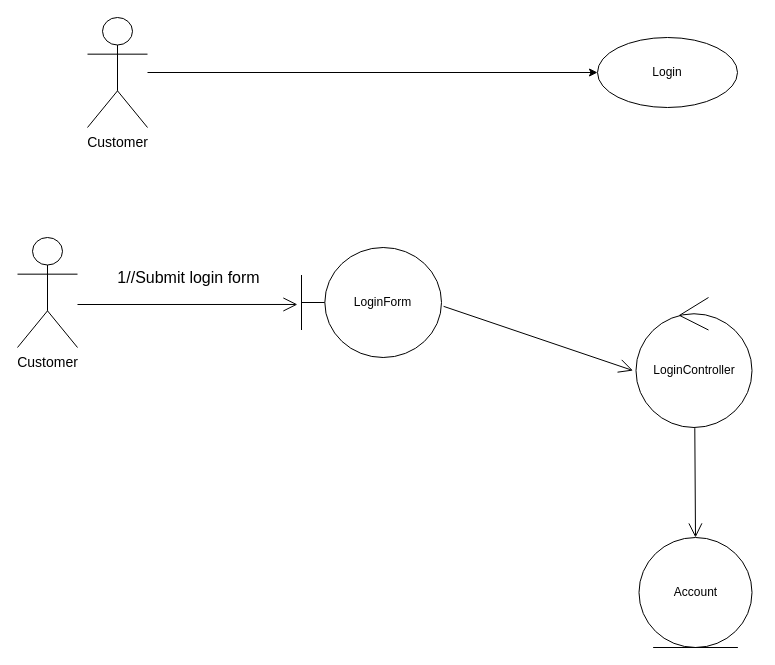
Hostdogs/Project_Hostdog keeps this draw.io diagram as page "CLB-Login" (3 of 3) of ProjectProcesses/HostDog_6UML/UML.drawio. Above is the earlier version. Source tidied: cells renumbered, new cells numbered last; positions are measured from the earlier drawing's top-left corner, leaving out a move shared by most shapes. Both pictures are drawn from the tidied source at 100%, with x=0, y=0 at pixel (17, 17).
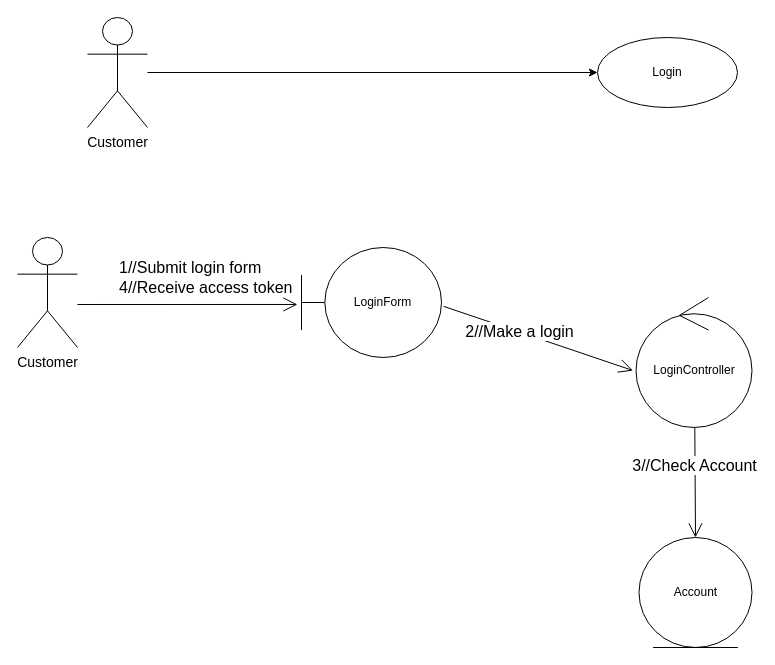
Above is the later version.

Change to the diagram source:
```diff
@@
 <mxGraphModel>
   <root>
     <mxCell id="0" />
     <mxCell id="1" parent="0" />
     <mxCell id="2" style="edgeStyle=orthogonalEdgeStyle;rounded=0;jettySize=auto;html=1;entryX=0;entryY=0.5;entryDx=0;entryDy=0;" parent="1" edge="1" source="3" target="4">
       <mxGeometry relative="1" as="geometry" />
     </mxCell>
     <mxCell id="3" value="&lt;font style=&quot;font-size: 14px;&quot;&gt;Customer&lt;/font&gt;" style="shape=umlActor;verticalLabelPosition=bottom;verticalAlign=top;html=1;fontSize=14;" parent="1" vertex="1">
       <mxGeometry x="70" width="60" height="110" as="geometry" />
     </mxCell>
     <mxCell id="4" value="Login" style="ellipse;whiteSpace=wrap;html=1;" parent="1" vertex="1">
       <mxGeometry x="580" y="20" width="140" height="70" as="geometry" />
     </mxCell>
     <mxCell id="5" value="LoginForm" style="shape=umlBoundary;whiteSpace=wrap;html=1;" parent="1" vertex="1">
       <mxGeometry x="284" y="230" width="140" height="110" as="geometry" />
     </mxCell>
     <mxCell id="6" value="LoginController" style="ellipse;shape=umlControl;whiteSpace=wrap;html=1;" parent="1" vertex="1">
       <mxGeometry x="618.5" y="280" width="116" height="130" as="geometry" />
     </mxCell>
     <mxCell id="7" value="&lt;font style=&quot;font-size: 14px;&quot;&gt;Customer&lt;/font&gt;" style="shape=umlActor;verticalLabelPosition=bottom;verticalAlign=top;html=1;fontSize=14;" parent="1" vertex="1">
       <mxGeometry y="220" width="60" height="110" as="geometry" />
     </mxCell>
     <mxCell id="8" style="endArrow=open;endFill=1;endSize=12;html=1;entryX=-0.026;entryY=0.562;entryDx=0;entryDy=0;entryPerimeter=0;exitX=1.015;exitY=0.535;exitDx=0;exitDy=0;exitPerimeter=0;" parent="1" edge="1" source="5" target="6">
       <mxGeometry x="0.2" y="29" relative="1" as="geometry" />
     </mxCell>
+    <mxCell id="13" value="&lt;font style=&quot;font-size: 16px&quot;&gt;2//Make a login&lt;/font&gt;" style="edgeLabel;html=1;align=center;verticalAlign=middle;" parent="8" vertex="1">
+      <mxGeometry x="-0.21" y="1" relative="1" as="geometry" />
+    </mxCell>
     <mxCell id="9" style="endArrow=open;endFill=1;endSize=12;html=1;entryX=-0.029;entryY=0.518;entryDx=0;entryDy=0;entryPerimeter=0;" parent="1" edge="1" target="5">
       <mxGeometry relative="1" as="geometry">
         <mxPoint x="60" y="287" as="sourcePoint" />
       </mxGeometry>
     </mxCell>
-    <mxCell id="10" value="&lt;font style=&quot;font-size: 16px&quot;&gt;1//Submit login form&lt;/font&gt;" style="edgeLabel;html=1;align=center;verticalAlign=middle;" parent="9" vertex="1">
+    <mxCell id="10" value="&lt;font style=&quot;font-size: 16px&quot;&gt;1//Submit login form&lt;br&gt;4//Receive access token&lt;br&gt;&lt;/font&gt;" style="edgeLabel;html=1;align=left;verticalAlign=middle;" parent="9" vertex="1">
       <mxGeometry x="0.3" y="3" relative="1" as="geometry">
-        <mxPoint x="-32.9" y="-24" as="offset" />
+        <mxPoint x="-102.9" y="-24" as="offset" />
       </mxGeometry>
     </mxCell>
     <mxCell id="11" value="Account" style="ellipse;shape=umlEntity;whiteSpace=wrap;html=1;" parent="1" vertex="1">
       <mxGeometry x="621.5" y="520" width="113" height="110" as="geometry" />
     </mxCell>
     <mxCell id="12" style="endArrow=open;endFill=1;endSize=12;html=1;exitX=0.507;exitY=1.005;exitDx=0;exitDy=0;exitPerimeter=0;entryX=0.5;entryY=0;entryDx=0;entryDy=0;" parent="1" edge="1" source="6" target="11">
       <mxGeometry relative="1" as="geometry" />
     </mxCell>
+    <mxCell id="14" value="&lt;font style=&quot;font-size: 16px&quot;&gt;3//Check Account&lt;/font&gt;" style="edgeLabel;html=1;align=center;verticalAlign=middle;" parent="12" vertex="1">
+      <mxGeometry x="-0.32" y="-1" relative="1" as="geometry" />
+    </mxCell>
   </root>
 </mxGraphModel>
```
